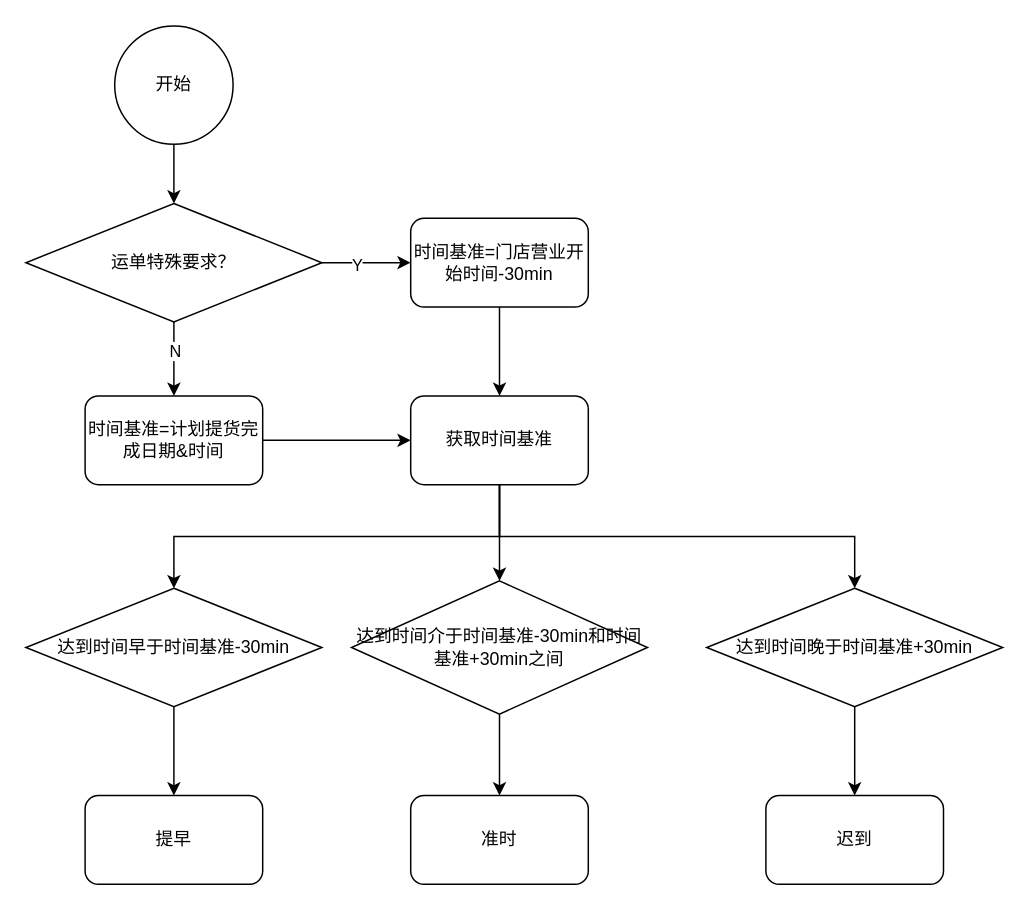
Above: 丰豪城配准时、提早、迟到逻辑.drawio in FrankKirin/PM_works (draw.io), before the change. Source tidied: cells renumbered, new cells numbered last; positions are measured from the earlier drawing's top-left corner, leaving out a move shared by most shapes. Both pictures are drawn from the tidied source at 148%, with x=0, y=0 at pixel (25, 25).
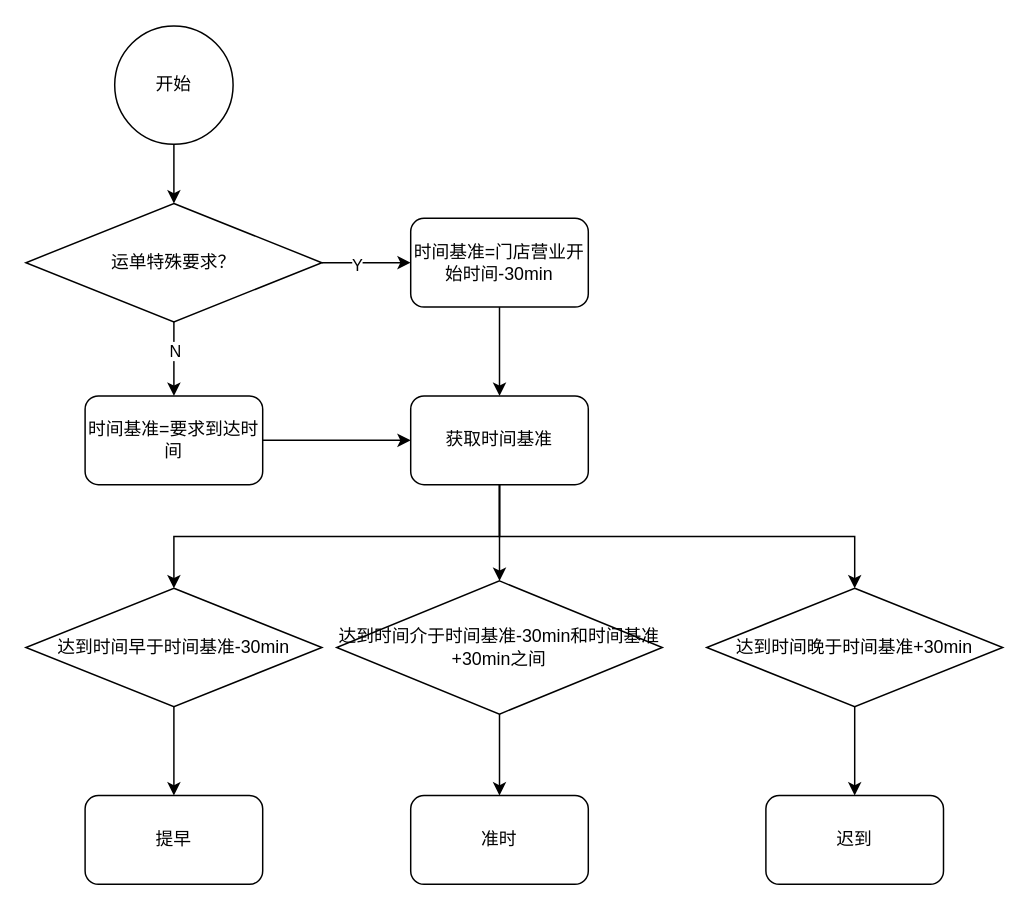
Above is the later version.

Commit message:
Update 丰豪城配准时、提早、迟到逻辑.drawio

What changed in the source:
```diff
@@
-    <mxCell id="10" value="&lt;span&gt;时间基准=&lt;/span&gt;计划提货完成日期&amp;amp;时间" style="rounded=1;whiteSpace=wrap;html=1;" parent="1" vertex="1">
+    <mxCell id="10" value="&lt;span&gt;时间基准=要求到达时间&lt;br&gt;&lt;/span&gt;" style="rounded=1;whiteSpace=wrap;html=1;" parent="1" vertex="1">
       <mxGeometry x="40" y="250" width="120" height="60" as="geometry" />
     </mxCell>
@@
     <mxCell id="17" value="达到时间介于时间基准-30min和时间基准+30min之间" style="rhombus;whiteSpace=wrap;html=1;" parent="1" vertex="1">
-      <mxGeometry x="220" y="375" width="200" height="90" as="geometry" />
+      <mxGeometry x="210" y="375" width="220" height="90" as="geometry" />
     </mxCell>
```
